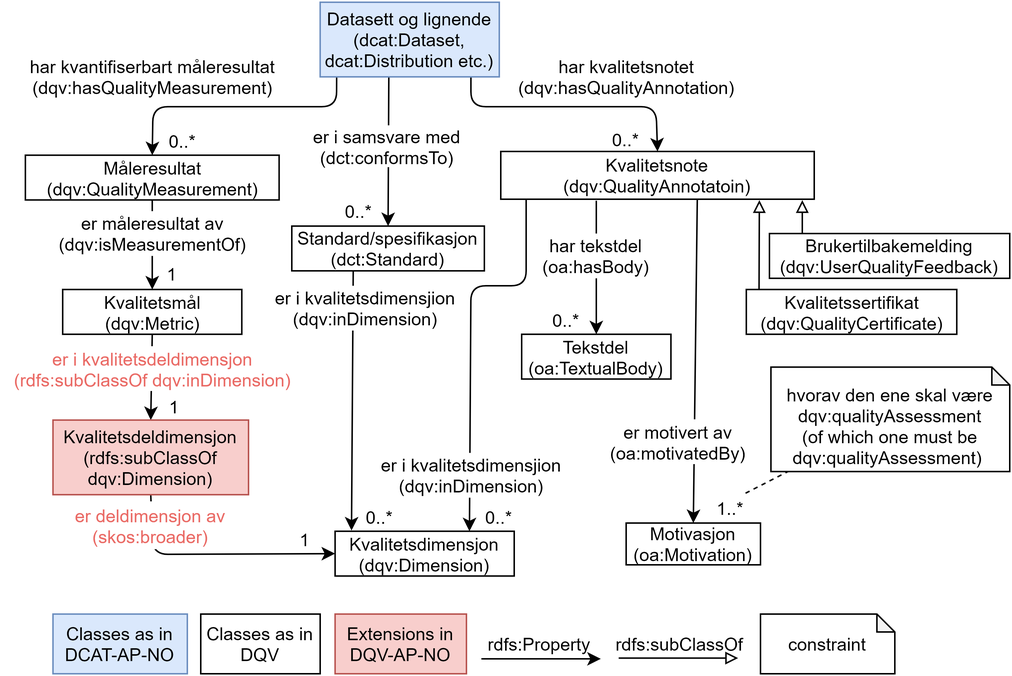
Informasjonsforvaltning/dqv-ap-no keeps this draw.io diagram as docs/images/dqv-ap-no.png. Above is the earlier version. Source tidied: cells renumbered, new cells last; positions are measured from the earlier drawing's top-left corner, leaving out a move shared by most shapes.
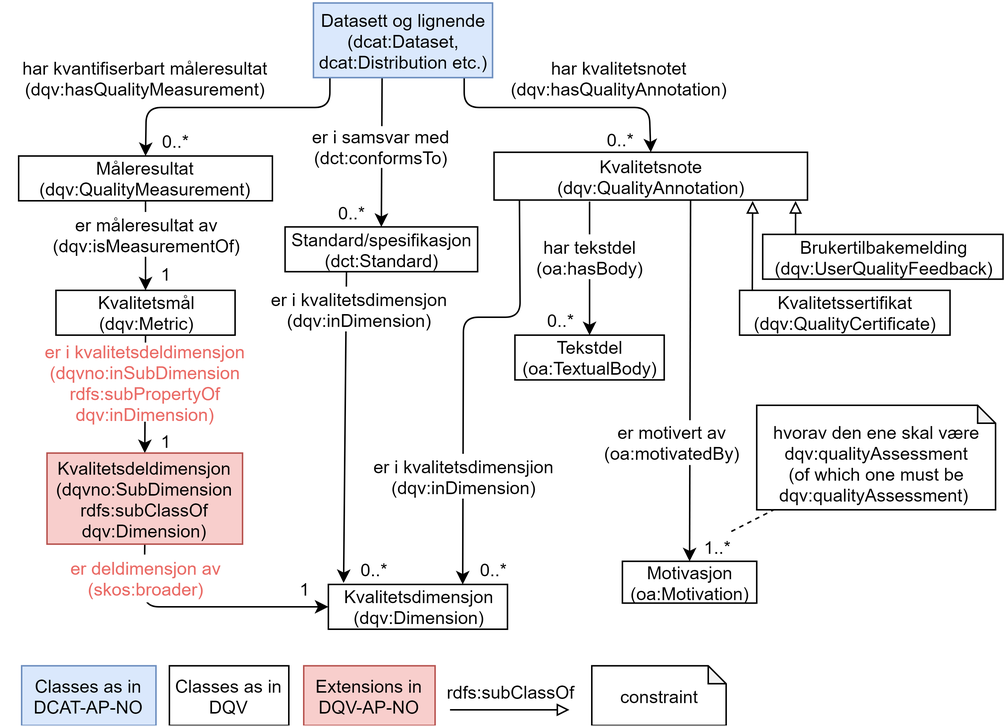
Above is the later version.

Commit message:
Justert tegning av modellen.

What changed in the source:
```diff
@@ -26,10 +26,8 @@
         <mxPoint x="259" y="49" as="sourcePoint" />
       </mxGeometry>
     </mxCell>
-    <mxCell id="7" style="endArrow=classic;html=1;exitX=0.319;exitY=0.967;exitDx=0;exitDy=0;exitPerimeter=0;" parent="1" edge="1" source="45">
-      <mxGeometry relative="1" as="geometry">
-        <mxPoint x="234" y="354" as="targetPoint" />
-      </mxGeometry>
+    <mxCell id="7" style="endArrow=classic;html=1;exitX=0.319;exitY=0.967;exitDx=0;exitDy=0;exitPerimeter=0;entryX=0.085;entryY=-0.033;entryDx=0;entryDy=0;entryPerimeter=0;" parent="1" edge="1" source="45" target="30">
+      <mxGeometry relative="1" as="geometry" />
     </mxCell>
     <mxCell id="8" style="endArrow=classic;html=1;entryX=0.5;entryY=0;entryDx=0;entryDy=0;" parent="1" edge="1" target="44">
       <mxGeometry relative="1" as="geometry">
@@ -50,22 +48,22 @@
       <mxGeometry x="94" y="171.5" width="40" height="20" as="geometry" />
     </mxCell>
     <mxCell id="12" value="1" style="text;html=1;strokeColor=none;fillColor=none;align=center;verticalAlign=middle;whiteSpace=wrap;rounded=0;" parent="1" vertex="1">
-      <mxGeometry x="183" y="349.5" width="40" height="20" as="geometry" />
+      <mxGeometry x="190.5" y="382.5" width="32" height="20" as="geometry" />
     </mxCell>
     <mxCell id="13" value="0..*" style="text;html=1;strokeColor=none;fillColor=none;align=center;verticalAlign=middle;whiteSpace=wrap;rounded=0;" parent="1" vertex="1">
-      <mxGeometry x="233" y="334.5" width="40" height="20" as="geometry" />
+      <mxGeometry x="233" y="369.5" width="40" height="20" as="geometry" />
     </mxCell>
     <mxCell id="14" style="endArrow=classic;html=1;entryX=0.75;entryY=0;entryDx=0;entryDy=0;" parent="1" edge="1" target="30">
       <mxGeometry relative="1" as="geometry">
         <mxPoint x="351" y="130" as="sourcePoint" />
         <Array as="points">
-          <mxPoint x="351" y="190" />
-          <mxPoint x="314" y="190" />
+          <mxPoint x="351.5" y="210.5" />
+          <mxPoint x="313.5" y="210.5" />
         </Array>
       </mxGeometry>
     </mxCell>
     <mxCell id="15" value="0..*" style="text;html=1;strokeColor=none;fillColor=none;align=center;verticalAlign=middle;whiteSpace=wrap;rounded=0;" parent="1" vertex="1">
-      <mxGeometry x="313" y="334.5" width="40" height="20" as="geometry" />
+      <mxGeometry x="313" y="369.5" width="40" height="20" as="geometry" />
     </mxCell>
     <mxCell id="16" value="0..*" style="text;html=1;strokeColor=none;fillColor=none;align=center;verticalAlign=middle;whiteSpace=wrap;rounded=0;" parent="1" vertex="1">
       <mxGeometry x="398" y="81.5" width="40" height="20" as="geometry" />
@@ -79,12 +77,12 @@
       </mxGeometry>
     </mxCell>
     <mxCell id="19" value="1" style="text;html=1;strokeColor=none;fillColor=none;align=center;verticalAlign=middle;whiteSpace=wrap;rounded=0;" parent="1" vertex="1">
-      <mxGeometry x="97" y="260.5" width="37" height="20" as="geometry" />
+      <mxGeometry x="95.5" y="283.5" width="37" height="20" as="geometry" />
     </mxCell>
     <mxCell id="20" style="endArrow=classic;html=1;entryX=0;entryY=0.5;entryDx=0;entryDy=0;exitX=0.5;exitY=1;exitDx=0;exitDy=0;" parent="1" edge="1" source="34" target="30">
       <mxGeometry relative="1" as="geometry">
         <Array as="points">
-          <mxPoint x="101" y="370" />
+          <mxPoint x="99.5" y="404.5" />
         </Array>
       </mxGeometry>
     </mxCell>
@@ -105,7 +103,7 @@
       <mxGeometry relative="1" as="geometry" />
     </mxCell>
     <mxCell id="25" value="1..*" style="text;html=1;strokeColor=none;fillColor=none;align=center;verticalAlign=middle;whiteSpace=wrap;rounded=0;" parent="1" vertex="1">
-      <mxGeometry x="468" y="329" width="40" height="20" as="geometry" />
+      <mxGeometry x="463" y="354" width="40" height="20" as="geometry" />
     </mxCell>
     <mxCell id="26" style="endArrow=none;dashed=1;html=1;exitX=0.75;exitY=0;exitDx=0;exitDy=0;" parent="1" edge="1" source="25" target="41">
       <mxGeometry relative="1" as="geometry" />
@@ -120,22 +118,22 @@
       <mxGeometry x="50" y="140" width="102" height="30" as="geometry" />
     </mxCell>
     <mxCell id="30" value="Kvalitetsdimensjon&lt;br&gt;(dqv:Dimension)" style="rounded=0;whiteSpace=wrap;html=1;" parent="1" vertex="1">
-      <mxGeometry x="223" y="354.5" width="120" height="30" as="geometry" />
+      <mxGeometry x="223" y="389.5" width="120" height="30" as="geometry" />
     </mxCell>
-    <mxCell id="31" value="er i kvalitetsdeldimensjon (rdfs:subClassOf dqv:inDimension)" style="text;html=1;align=center;verticalAlign=middle;whiteSpace=wrap;rounded=0;fillColor=#FFFFFF;labelBackgroundColor=none;fontColor=#EA6B66;" parent="1" vertex="1">
-      <mxGeometry x="0.5" y="230.5" width="200" height="30" as="geometry" />
+    <mxCell id="31" value="er i kvalitetsdeldimensjon (dqvno:inSubDimension rdfs:subPropertyOf dqv:inDimension)" style="text;html=1;align=center;verticalAlign=middle;whiteSpace=wrap;rounded=0;fillColor=#FFFFFF;labelBackgroundColor=none;fontColor=#EA6B66;" parent="1" vertex="1">
+      <mxGeometry x="10.5" y="227.5" width="180" height="53" as="geometry" />
     </mxCell>
-    <mxCell id="32" value="er i samsvare med (dct:conformsTo)" style="text;html=1;strokeColor=none;fillColor=#FFFFFF;align=center;verticalAlign=middle;whiteSpace=wrap;rounded=0;" parent="1" vertex="1">
+    <mxCell id="32" value="er i samsvar med (dct:conformsTo)" style="text;html=1;strokeColor=none;fillColor=#FFFFFF;align=center;verticalAlign=middle;whiteSpace=wrap;rounded=0;" parent="1" vertex="1">
       <mxGeometry x="203" y="82.5" width="110" height="28" as="geometry" />
     </mxCell>
     <mxCell id="33" value="er i kvalitetsdimensjion (dqv:inDimension)" style="text;html=1;align=center;verticalAlign=middle;whiteSpace=wrap;rounded=0;fillColor=#FFFFFF;" parent="1" vertex="1">
       <mxGeometry x="250.5" y="302" width="127" height="30" as="geometry" />
     </mxCell>
-    <mxCell id="34" value="Kvalitetsdeldimensjon&lt;br&gt;(rdfs:subClassOf dqv:Dimension)" style="rounded=0;whiteSpace=wrap;html=1;fillColor=#f8cecc;strokeColor=#b85450;" parent="1" vertex="1">
-      <mxGeometry x="34" y="280" width="131" height="50" as="geometry" />
+    <mxCell id="34" value="Kvalitetsdeldimensjon&lt;br&gt;(dqvno:SubDimension rdfs:subClassOf dqv:Dimension)" style="rounded=0;whiteSpace=wrap;html=1;fillColor=#f8cecc;strokeColor=#b85450;" parent="1" vertex="1">
+      <mxGeometry x="34.5" y="301.5" width="131" height="61" as="geometry" />
     </mxCell>
     <mxCell id="35" value="er deldimensjon av (skos:broader)" style="text;html=1;align=center;verticalAlign=middle;whiteSpace=wrap;rounded=0;fillColor=#FFFFFF;fontColor=#EA6B66;" parent="1" vertex="1">
-      <mxGeometry x="15.5" y="334.5" width="167" height="32" as="geometry" />
+      <mxGeometry x="17.5" y="369.5" width="167" height="32" as="geometry" />
     </mxCell>
     <mxCell id="36" value="Tekstdel (oa:TextualBody)" style="rounded=0;whiteSpace=wrap;html=1;" parent="1" vertex="1">
       <mxGeometry x="348" y="222.5" width="100" height="30" as="geometry" />
@@ -143,17 +141,17 @@
     <mxCell id="37" value="har tekstdel (oa:hasBody)" style="text;html=1;strokeColor=none;fillColor=#FFFFFF;align=center;verticalAlign=middle;whiteSpace=wrap;rounded=0;" parent="1" vertex="1">
       <mxGeometry x="363" y="155" width="70" height="30" as="geometry" />
     </mxCell>
-    <mxCell id="38" value="er i kvalitetsdimensjion (dqv:inDimension)" style="text;html=1;align=center;verticalAlign=middle;whiteSpace=wrap;rounded=0;fillColor=#FFFFFF;" parent="1" vertex="1">
+    <mxCell id="38" value="er i kvalitetsdimensjon (dqv:inDimension)" style="text;html=1;align=center;verticalAlign=middle;whiteSpace=wrap;rounded=0;fillColor=#FFFFFF;" parent="1" vertex="1">
       <mxGeometry x="180" y="190" width="127" height="30" as="geometry" />
     </mxCell>
     <mxCell id="39" value="Motivasjon&lt;br&gt;(oa:Motivation)" style="rounded=0;whiteSpace=wrap;html=1;fillColor=#FFFFFF;" parent="1" vertex="1">
-      <mxGeometry x="418" y="349" width="90" height="28" as="geometry" />
+      <mxGeometry x="420" y="374" width="90" height="28" as="geometry" />
     </mxCell>
     <mxCell id="40" value="er motivert av (oa:motivatedBy)" style="text;html=1;strokeColor=none;fillColor=#FFFFFF;align=center;verticalAlign=middle;whiteSpace=wrap;rounded=0;" parent="1" vertex="1">
       <mxGeometry x="403" y="279.5" width="100" height="30" as="geometry" />
     </mxCell>
     <mxCell id="41" value="hvorav den ene skal være dqv:qualityAssessment&lt;br&gt;(of which one must be dqv:qualityAssessment)&amp;nbsp;" style="shape=note;whiteSpace=wrap;html=1;backgroundOutline=1;darkOpacity=0.05;fillColor=#FFFFFF;verticalAlign=bottom;size=12;" parent="1" vertex="1">
-      <mxGeometry x="515" y="244.5" width="160" height="70" as="geometry" />
+      <mxGeometry x="510" y="269.5" width="160" height="70" as="geometry" />
     </mxCell>
     <mxCell id="42" value="Brukertilbakemelding&lt;br&gt;(dqv:UserQualityFeedback)" style="rounded=0;whiteSpace=wrap;html=1;fillColor=#FFFFFF;" parent="1" vertex="1">
       <mxGeometry x="514" y="155" width="161" height="30" as="geometry" />
@@ -161,7 +159,7 @@
     <mxCell id="43" value="Kvalitetssertifikat&lt;br&gt;(dqv:QualityCertificate)" style="rounded=0;whiteSpace=wrap;html=1;fillColor=#FFFFFF;" parent="1" vertex="1">
       <mxGeometry x="498.5" y="192.5" width="141" height="30" as="geometry" />
     </mxCell>
-    <mxCell id="44" value="Kvalitetsnote&lt;br&gt;(dqv:QualityAnnotatoin)" style="rounded=0;whiteSpace=wrap;html=1;" parent="1" vertex="1">
+    <mxCell id="44" value="Kvalitetsnote&lt;br&gt;(dqv:QualityAnnotation)" style="rounded=0;whiteSpace=wrap;html=1;" parent="1" vertex="1">
       <mxGeometry x="334" y="100" width="210" height="32" as="geometry" />
     </mxCell>
     <mxCell id="45" value="Standard/spesifikasjon (dct:Standard)" style="rounded=0;whiteSpace=wrap;html=1;" parent="1" vertex="1">
@@ -171,34 +169,25 @@
       <mxGeometry x="15.5" y="102.5" width="170" height="30" as="geometry" />
     </mxCell>
     <mxCell id="47" value="Classes as in DCAT-AP-NO" style="rounded=0;whiteSpace=wrap;html=1;fillColor=#dae8fc;strokeColor=#6c8ebf;" parent="1" vertex="1">
-      <mxGeometry x="34" y="410" width="90" height="40" as="geometry" />
+      <mxGeometry x="17.5" y="444" width="90" height="40" as="geometry" />
     </mxCell>
     <mxCell id="48" value="Classes as in DQV" style="rounded=0;whiteSpace=wrap;html=1;fillColor=#FFFFFF;" parent="1" vertex="1">
-      <mxGeometry x="133" y="410" width="80" height="40" as="geometry" />
+      <mxGeometry x="116.5" y="444" width="80" height="40" as="geometry" />
     </mxCell>
     <mxCell id="49" value="Extensions in DQV-AP-NO" style="rounded=0;whiteSpace=wrap;html=1;fillColor=#f8cecc;strokeColor=#b85450;" parent="1" vertex="1">
-      <mxGeometry x="223" y="410" width="88" height="40" as="geometry" />
+      <mxGeometry x="206.5" y="444" width="88" height="40" as="geometry" />
     </mxCell>
-    <mxCell id="50" style="endArrow=classic;html=1;" parent="1" edge="1">
-      <mxGeometry relative="1" as="geometry">
-        <mxPoint x="321" y="440" as="sourcePoint" />
-        <mxPoint x="401" y="440" as="targetPoint" />
-      </mxGeometry>
-    </mxCell>
-    <mxCell id="51" value="rdfs:Property" style="text;html=1;strokeColor=none;fillColor=none;align=center;verticalAlign=middle;whiteSpace=wrap;rounded=0;" parent="1" vertex="1">
-      <mxGeometry x="340" y="420" width="40" height="20" as="geometry" />
-    </mxCell>
     <mxCell id="52" style="endArrow=block;html=1;endFill=0;" parent="1" edge="1">
       <mxGeometry relative="1" as="geometry">
-        <mxPoint x="413" y="439.5" as="sourcePoint" />
-        <mxPoint x="493" y="439.5" as="targetPoint" />
+        <mxPoint x="304.5" y="473.5" as="sourcePoint" />
+        <mxPoint x="384.5" y="473.5" as="targetPoint" />
       </mxGeometry>
     </mxCell>
     <mxCell id="53" value="rdfs:subClassOf" style="text;html=1;strokeColor=none;fillColor=none;align=center;verticalAlign=middle;whiteSpace=wrap;rounded=0;" parent="1" vertex="1">
-      <mxGeometry x="434" y="420" width="40" height="20" as="geometry" />
+      <mxGeometry x="325.5" y="451" width="40" height="20" as="geometry" />
     </mxCell>
     <mxCell id="54" value="constraint" style="shape=note;whiteSpace=wrap;html=1;backgroundOutline=1;darkOpacity=0.05;fillColor=#FFFFFF;verticalAlign=middle;size=12;align=center;" parent="1" vertex="1">
-      <mxGeometry x="508" y="410" width="90" height="40" as="geometry" />
+      <mxGeometry x="399.5" y="444" width="90" height="40" as="geometry" />
     </mxCell>
   </root>
 </mxGraphModel>
```
